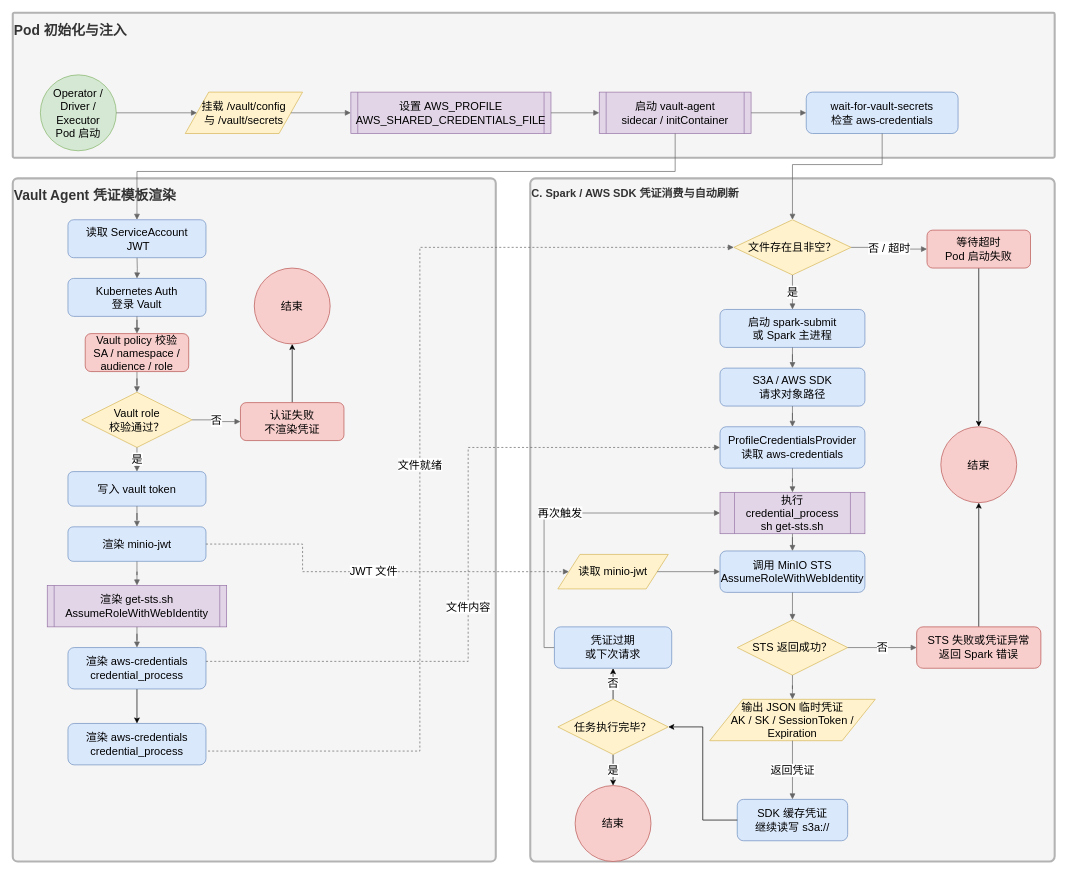
The draw.io diagram frontend/算法2.drawio in ApolloMeridian/miniprogram, before the edit. Source tidied: cells renumbered, new cells numbered last; positions are measured from the earlier drawing's top-left corner, leaving out a move shared by most shapes. Both pictures are drawn from the tidied source at 69%, with x=0, y=0 at pixel (12, 12).
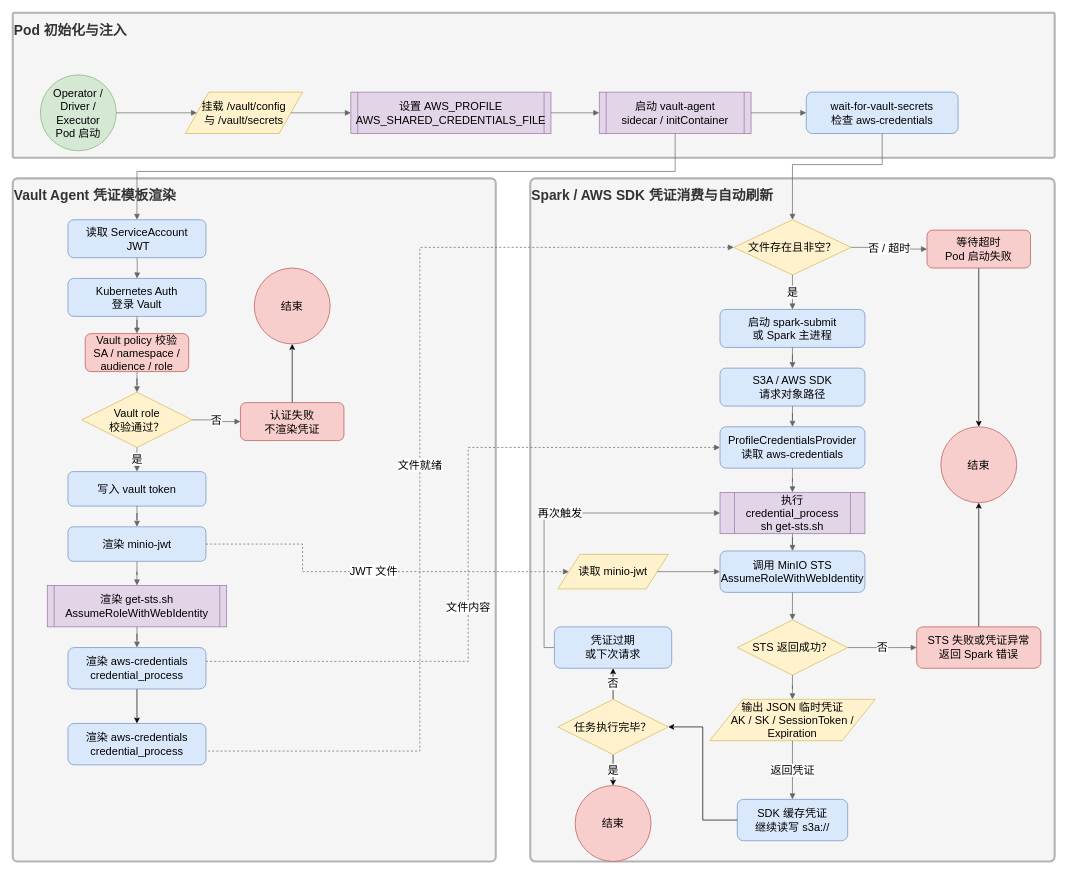
The same page after the edit.

The edit, as a diff of the source:
```diff
@@
-    <mxCell id="4" value="C. Spark / AWS SDK 凭证消费与自动刷新" style="rounded=1;whiteSpace=wrap;html=1;strokeColor=#B3B3B3;fillColor=#f5f5f5;fontStyle=1;align=left;verticalAlign=top;spacingTop=6;fontSize=16;fontColor=#333333;strokeWidth=3;arcSize=1;" parent="1" vertex="1">
+    <mxCell id="4" value="&lt;font style=&quot;font-size: 20px;&quot;&gt;Spark / AWS SDK 凭证消费与自动刷新&lt;/font&gt;" style="rounded=1;whiteSpace=wrap;html=1;strokeColor=#B3B3B3;fillColor=#f5f5f5;fontStyle=1;align=left;verticalAlign=top;spacingTop=6;fontSize=16;fontColor=#333333;strokeWidth=3;arcSize=1;" parent="1" vertex="1">
       <mxGeometry x="750" y="240" width="760" height="990" as="geometry" />
     </mxCell>
```
